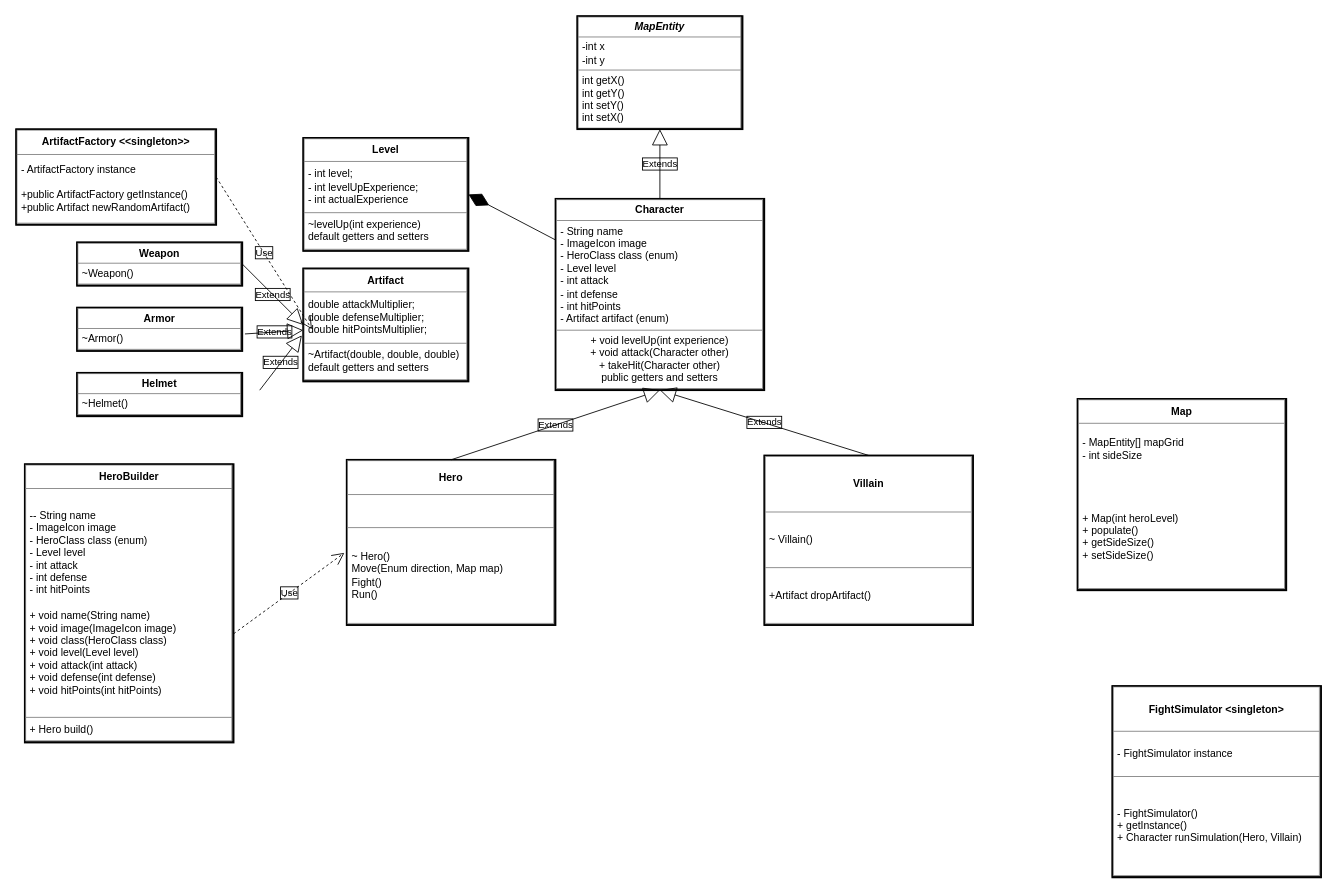
The draw.io diagram uml_class_diagram.drawio in tlouro-c/swingy, before the edit. Source tidied: cells renumbered, new cells numbered last; positions are measured from the earlier drawing's top-left corner, leaving out a move shared by most shapes. Both pictures are drawn from the tidied source at 87%, with x=0, y=0 at pixel (16, 16).
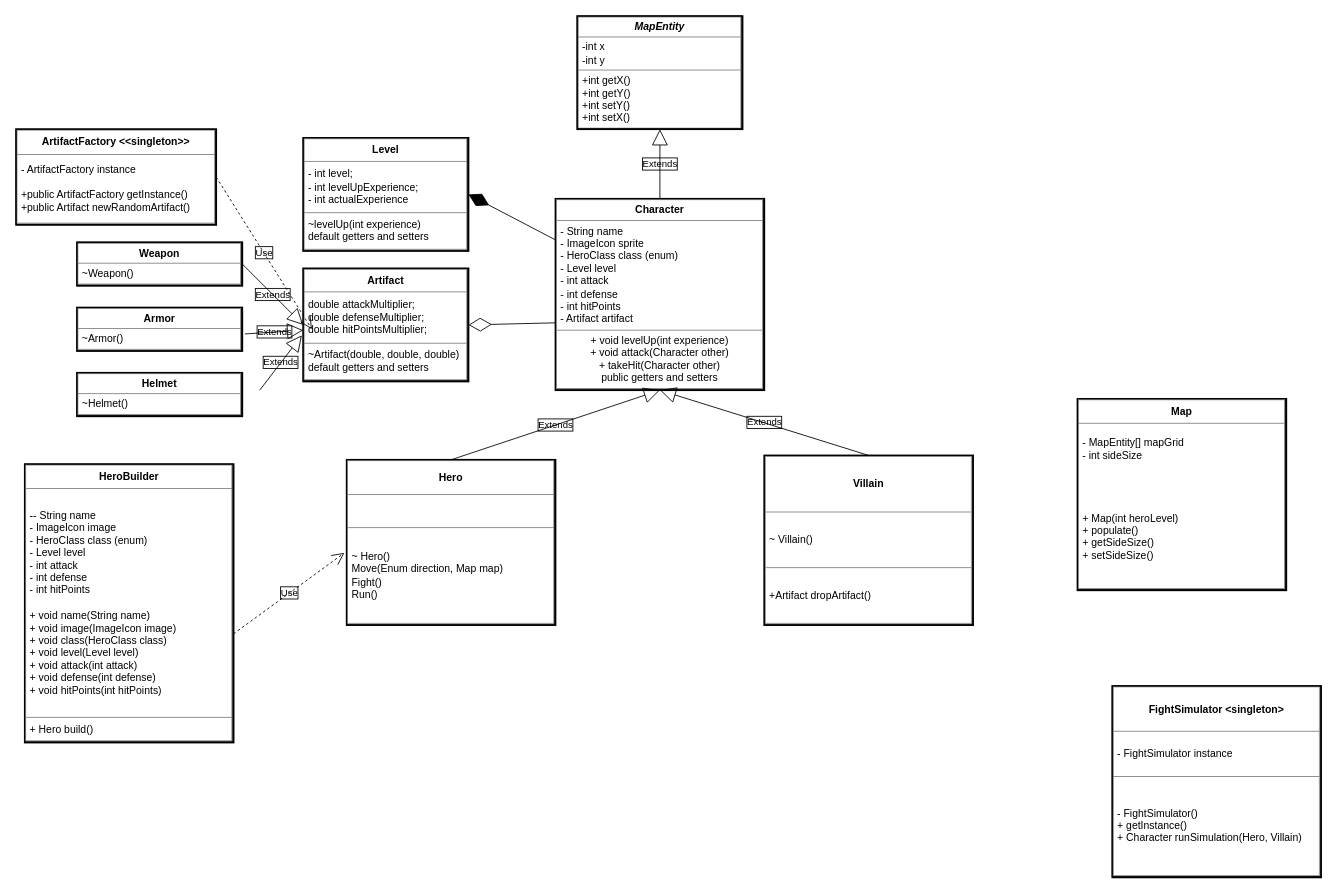
Above is the later version.

The change refers to these unchanged cells:
```xml
<mxCell id="14" value="&lt;table border=&quot;1&quot; width=&quot;100%&quot; height=&quot;100%&quot; cellpadding=&quot;4&quot; style=&quot;width:100%;height:100%;border-collapse:collapse;&quot;&gt;&lt;tbody&gt;&lt;tr&gt;&lt;th align=&quot;center&quot;&gt;Artifact&lt;/th&gt;&lt;/tr&gt;&lt;tr&gt;&lt;td&gt;double attackMultiplier;&lt;br&gt;double defenseMultiplier;&lt;br&gt;double hitPointsMultiplier;&lt;/td&gt;&lt;/tr&gt;&lt;tr&gt;&lt;td&gt;~Artifact(double, double, double)&lt;br&gt;default getters and setters&lt;br&gt;&lt;/td&gt;&lt;/tr&gt;&lt;/tbody&gt;&lt;/table&gt;" style="text;html=1;whiteSpace=wrap;strokeColor=#000000;fillColor=none;overflow=fill;strokeWidth=2;fontColor=#000000;labelBackgroundColor=none;labelBorderColor=#000000;rounded=0;" parent="1" vertex="1">
  <mxGeometry x="330" y="290" width="190" height="130" as="geometry" />
</mxCell>
```

The edit, as a diff of the source:
```diff
@@
-    <mxCell id="2" value="&lt;table border=&quot;1&quot; width=&quot;100%&quot; height=&quot;100%&quot; cellpadding=&quot;4&quot; style=&quot;width:100%;height:100%;border-collapse:collapse;&quot;&gt;&lt;tbody&gt;&lt;tr&gt;&lt;th align=&quot;center&quot;&gt;Character&lt;br&gt;&lt;/th&gt;&lt;/tr&gt;&lt;tr&gt;&lt;td&gt;- String name&lt;br&gt;- ImageIcon image&lt;br&gt;&lt;div style=&quot;&quot;&gt;&lt;span style=&quot;&quot;&gt;- HeroClass class (enum)&lt;/span&gt;&lt;/div&gt;&lt;div style=&quot;&quot;&gt;&lt;span style=&quot;&quot;&gt;- Level level&lt;/span&gt;&lt;/div&gt;&lt;div style=&quot;&quot;&gt;- int attack&lt;/div&gt;&lt;div style=&quot;&quot;&gt;- int defense&lt;/div&gt;&lt;div style=&quot;&quot;&gt;- int hitPoints&lt;/div&gt;&lt;div style=&quot;&quot;&gt;- Artifact artifact (enum)&lt;/div&gt;&lt;div style=&quot;&quot;&gt;&lt;/div&gt;&lt;/td&gt;&lt;/tr&gt;&lt;tr&gt;&lt;td align=&quot;center&quot;&gt;+ void levelUp(int experience)&lt;br&gt;+ void attack(Character other)&lt;br&gt;+ takeHit(Character other)&lt;br&gt;public getters and setters&lt;/td&gt;&lt;/tr&gt;&lt;/tbody&gt;&lt;/table&gt;" style="text;html=1;whiteSpace=wrap;strokeColor=#000000;fillColor=none;overflow=fill;strokeWidth=2;fontColor=#000000;labelBackgroundColor=none;labelBorderColor=#000000;rounded=0;" parent="1" vertex="1">
+    <mxCell id="2" value="&lt;table border=&quot;1&quot; width=&quot;100%&quot; height=&quot;100%&quot; cellpadding=&quot;4&quot; style=&quot;width:100%;height:100%;border-collapse:collapse;&quot;&gt;&lt;tbody&gt;&lt;tr&gt;&lt;th align=&quot;center&quot;&gt;Character&lt;br&gt;&lt;/th&gt;&lt;/tr&gt;&lt;tr&gt;&lt;td&gt;- String name&lt;br&gt;- ImageIcon sprite&lt;br&gt;&lt;div style=&quot;&quot;&gt;&lt;span style=&quot;&quot;&gt;- HeroClass class (enum)&lt;/span&gt;&lt;/div&gt;&lt;div style=&quot;&quot;&gt;&lt;span style=&quot;&quot;&gt;- Level level&lt;/span&gt;&lt;/div&gt;&lt;div style=&quot;&quot;&gt;- int attack&lt;/div&gt;&lt;div style=&quot;&quot;&gt;- int defense&lt;/div&gt;&lt;div style=&quot;&quot;&gt;- int hitPoints&lt;/div&gt;&lt;div style=&quot;&quot;&gt;- Artifact artifact&lt;/div&gt;&lt;div style=&quot;&quot;&gt;&lt;/div&gt;&lt;/td&gt;&lt;/tr&gt;&lt;tr&gt;&lt;td align=&quot;center&quot;&gt;+ void levelUp(int experience)&lt;br&gt;+ void attack(Character other)&lt;br&gt;+ takeHit(Character other)&lt;br&gt;public getters and setters&lt;/td&gt;&lt;/tr&gt;&lt;/tbody&gt;&lt;/table&gt;" style="text;html=1;whiteSpace=wrap;strokeColor=#000000;fillColor=none;overflow=fill;strokeWidth=2;fontColor=#000000;labelBackgroundColor=none;labelBorderColor=#000000;rounded=0;" parent="1" vertex="1">
       <mxGeometry x="620" y="210" width="240" height="220" as="geometry" />
     </mxCell>
@@
-    <mxCell id="7" value="&lt;table border=&quot;1&quot; width=&quot;100%&quot; height=&quot;100%&quot; cellpadding=&quot;4&quot; style=&quot;width:100%;height:100%;border-collapse:collapse;&quot;&gt;&lt;tbody&gt;&lt;tr&gt;&lt;th align=&quot;center&quot;&gt;&lt;i&gt;MapEntity&lt;/i&gt;&lt;/th&gt;&lt;/tr&gt;&lt;tr&gt;&lt;td&gt;-int x&lt;br&gt;-int y&lt;/td&gt;&lt;/tr&gt;&lt;tr&gt;&lt;td&gt;int getX()&lt;br&gt;int getY()&lt;br&gt;int setY()&lt;br&gt;int setX()&lt;/td&gt;&lt;/tr&gt;&lt;/tbody&gt;&lt;/table&gt;" style="text;html=1;whiteSpace=wrap;strokeColor=#000000;fillColor=none;overflow=fill;strokeWidth=2;fontColor=#000000;labelBackgroundColor=none;labelBorderColor=#000000;rounded=0;" parent="1" vertex="1">
+    <mxCell id="7" value="&lt;table border=&quot;1&quot; width=&quot;100%&quot; height=&quot;100%&quot; cellpadding=&quot;4&quot; style=&quot;width:100%;height:100%;border-collapse:collapse;&quot;&gt;&lt;tbody&gt;&lt;tr&gt;&lt;th align=&quot;center&quot;&gt;&lt;i&gt;MapEntity&lt;/i&gt;&lt;/th&gt;&lt;/tr&gt;&lt;tr&gt;&lt;td&gt;-int x&lt;br&gt;-int y&lt;/td&gt;&lt;/tr&gt;&lt;tr&gt;&lt;td&gt;+int getX()&lt;br&gt;+int getY()&lt;br&gt;+int setY()&lt;br&gt;+int setX()&lt;/td&gt;&lt;/tr&gt;&lt;/tbody&gt;&lt;/table&gt;" style="text;html=1;whiteSpace=wrap;strokeColor=#000000;fillColor=none;overflow=fill;strokeWidth=2;fontColor=#000000;labelBackgroundColor=none;labelBorderColor=#000000;rounded=0;" parent="1" vertex="1">
       <mxGeometry x="645" width="190" height="130" as="geometry" />
     </mxCell>
@@
+    <mxCell id="24" style="endArrow=diamondThin;endFill=0;endSize=24;html=1;labelBackgroundColor=none;labelBorderColor=#000000;strokeColor=#000000;fontColor=#000000;entryX=1;entryY=0.5;entryDx=0;entryDy=0;exitX=0.001;exitY=0.648;exitDx=0;exitDy=0;exitPerimeter=0;" parent="1" edge="1" source="2" target="14">
+      <mxGeometry relative="1" as="geometry" />
+    </mxCell>
```
